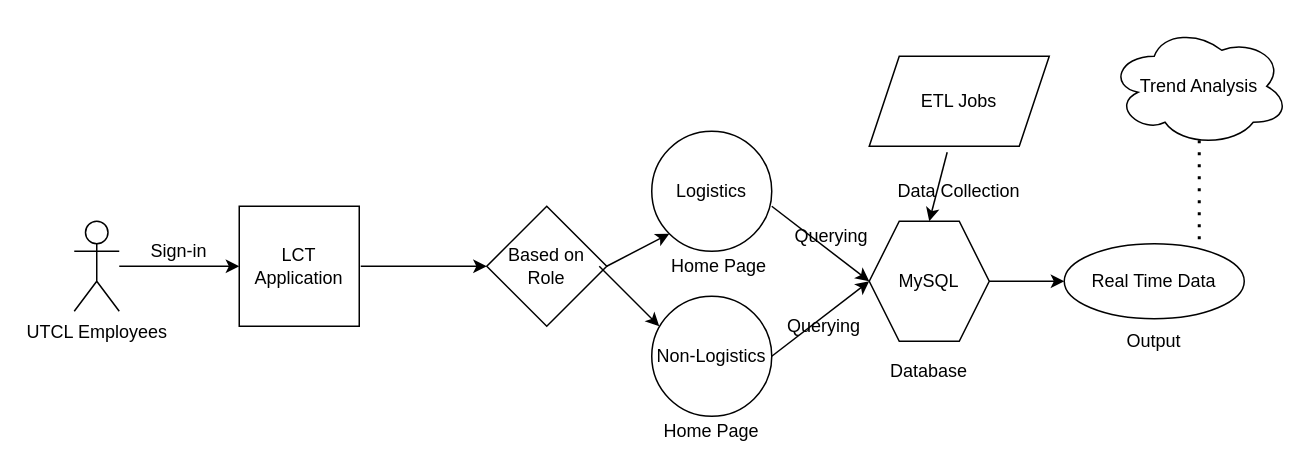
This is page "Parent LCT Diagram" (1 of 3) of LCT.drawio from jmamatha/Playbooks, a draw.io file, before an edit. Source tidied: cells renumbered, new cells numbered last; positions are measured from the earlier drawing's top-left corner, leaving out a move shared by most shapes. Both pictures are drawn from the tidied source at 150%, with x=0, y=0 at pixel (74, 26).
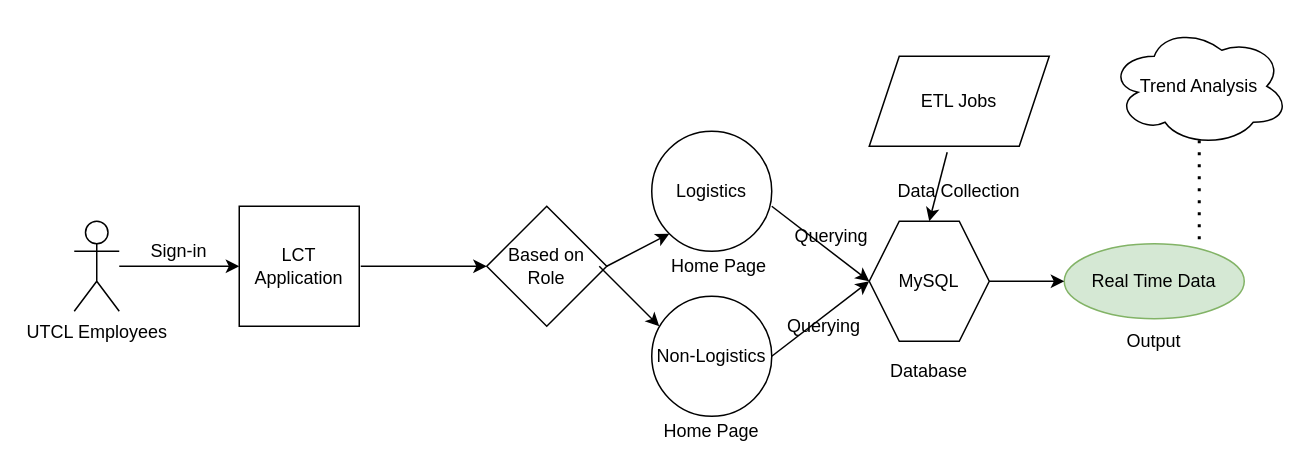
The same page after the edit.

What changed in the source:
```diff
@@
-    <mxCell id="6" value="Real Time Data" style="ellipse;whiteSpace=wrap;html=1;" parent="1" vertex="1">
+    <mxCell id="6" value="Real Time Data" style="ellipse;whiteSpace=wrap;html=1;fillColor=#d5e8d4;strokeColor=#82b366;" parent="1" vertex="1">
       <mxGeometry x="660" y="145" width="120" height="50" as="geometry" />
     </mxCell>
```
